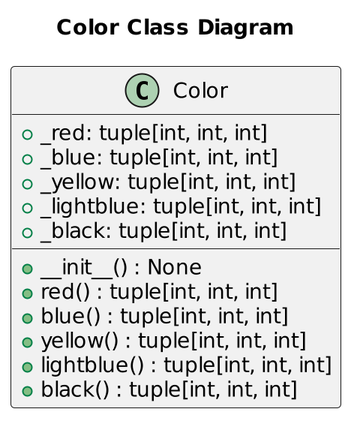
The PlantUML diagram uml/Color.png in austin-s970/OOP-Connect4, before a commit. Source of this version:
```plantuml
@startuml
scale 2
title "Color Class Diagram"
class Color {
    +__init__() : None
    +_red: tuple[int, int, int]
    +_blue: tuple[int, int, int]
    +_yellow: tuple[int, int, int]
    +_lightblue: tuple[int, int, int]
    +_black: tuple[int, int, int]

    +red() : tuple[int, int, int]
    +blue() : tuple[int, int, int]
    +yellow() : tuple[int, int, int]
    +lightblue() : tuple[int, int, int]
    +black() : tuple[int, int, int]
}
@enduml
```
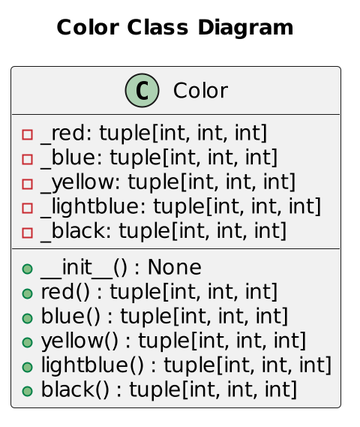
The same diagram one commit later.

Change to the diagram source:
```diff
@@ -3,11 +3,11 @@
 title "Color Class Diagram"
 class Color {
     +__init__() : None
-    +_red: tuple[int, int, int]
-    +_blue: tuple[int, int, int]
-    +_yellow: tuple[int, int, int]
-    +_lightblue: tuple[int, int, int]
-    +_black: tuple[int, int, int]
+    -_red: tuple[int, int, int]
+    -_blue: tuple[int, int, int]
+    -_yellow: tuple[int, int, int]
+    -_lightblue: tuple[int, int, int]
+    -_black: tuple[int, int, int]
 
     +red() : tuple[int, int, int]
     +blue() : tuple[int, int, int]
```
